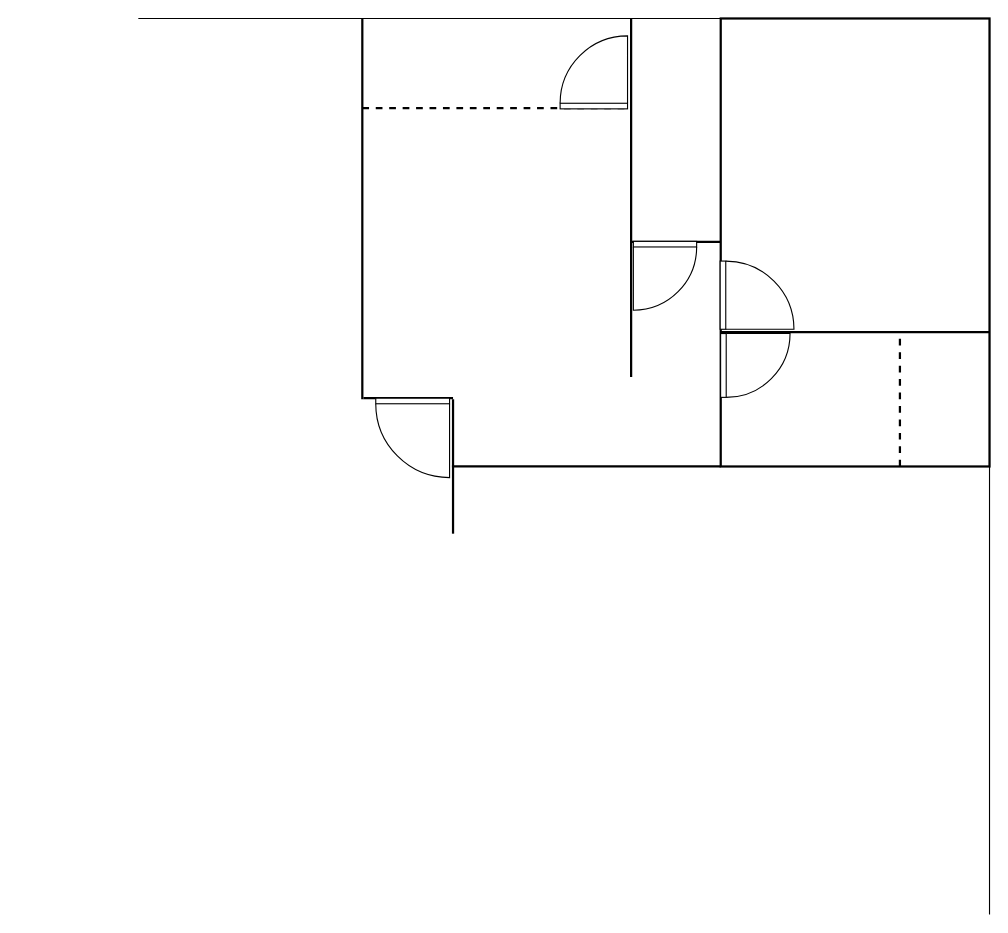
Earlier version of the draw.io diagram Upstation_STudio_approach.drawio (vadramson/Drawings). Source tidied: cells renumbered, new cells numbered last; positions are measured from the earlier drawing's top-left corner, leaving out a move shared by most shapes. Both pictures are drawn from the tidied source at 112%, with x=0, y=0 at pixel (138, 18).
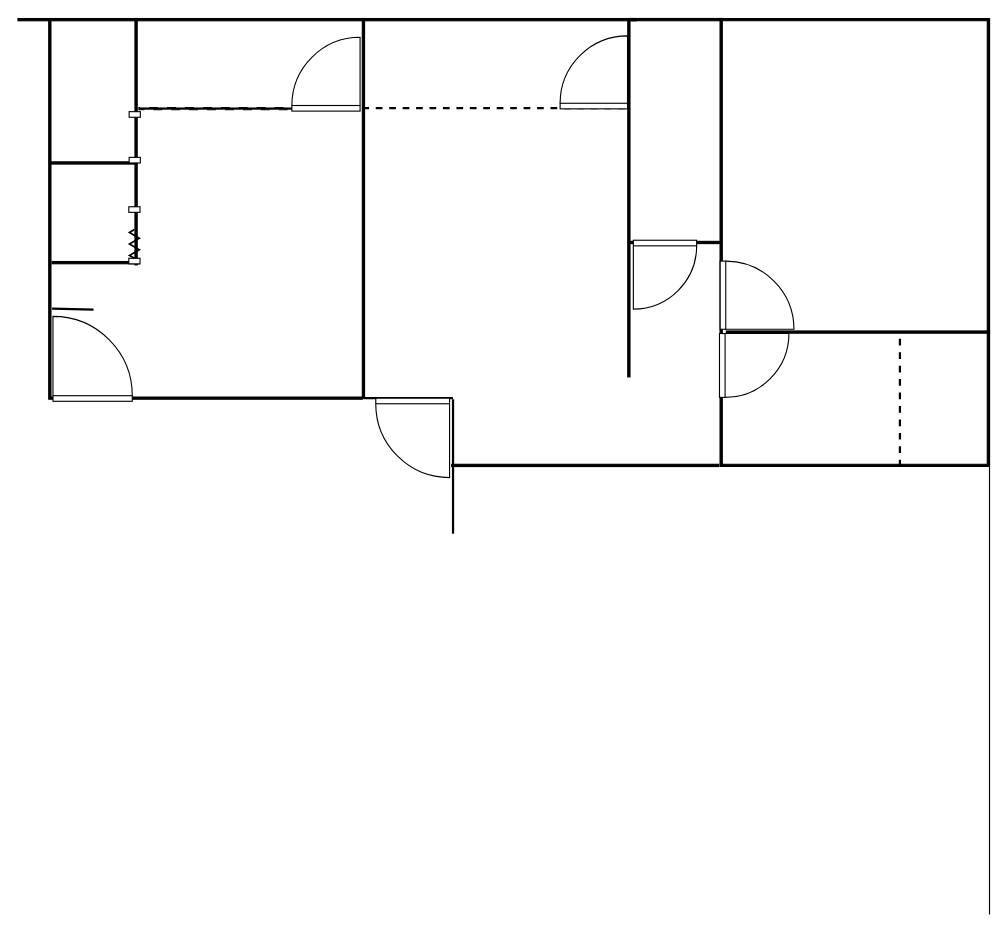
After the change.

The edit, as a diff of the source:
```diff
@@
-    <mxCell id="2" style="endArrow=none;html=1;rounded=0;" parent="1" edge="1">
-      <mxGeometry relative="1" as="geometry">
-        <mxPoint as="sourcePoint" />
-        <mxPoint x="760" as="targetPoint" />
-      </mxGeometry>
-    </mxCell>
+    <mxCell id="19" style="verticalLabelPosition=bottom;html=1;verticalAlign=top;align=center;shape=mxgraph.floorplan.wall;fillColor=strokeColor;direction=south;wallThickness=2;rotation=90;" parent="1" vertex="1">
+      <mxGeometry x="637.5" y="162.5" width="10" height="235" as="geometry" />
+    </mxCell>
@@
-    <mxCell id="4" style="rounded=0;whiteSpace=wrap;html=1;strokeWidth=2;" parent="1" vertex="1">
-      <mxGeometry x="520" width="240" height="400" as="geometry" />
-    </mxCell>
-    <mxCell id="5" style="endArrow=none;html=1;rounded=0;strokeWidth=2;" parent="1" edge="1">
-      <mxGeometry relative="1" as="geometry">
-        <mxPoint x="440" y="320" as="sourcePoint" />
-        <mxPoint x="440" as="targetPoint" />
-      </mxGeometry>
-    </mxCell>
-    <mxCell id="6" style="endArrow=none;html=1;rounded=0;strokeWidth=2;" parent="1" edge="1">
-      <mxGeometry relative="1" as="geometry">
-        <mxPoint x="200" y="340" as="sourcePoint" />
-        <mxPoint x="200" as="targetPoint" />
-      </mxGeometry>
-    </mxCell>
-    <mxCell id="7" style="endArrow=none;html=1;rounded=0;strokeWidth=2;" parent="1" edge="1">
-      <mxGeometry relative="1" as="geometry">
-        <mxPoint x="280" y="400" as="sourcePoint" />
-        <mxPoint x="520" y="400" as="targetPoint" />
-        <Array as="points">
-          <mxPoint x="430" y="400" />
-        </Array>
-      </mxGeometry>
-    </mxCell>
-    <mxCell id="8" style="endArrow=none;html=1;rounded=0;strokeWidth=2;" parent="1" edge="1">
-      <mxGeometry relative="1" as="geometry">
-        <mxPoint x="520" y="280" as="sourcePoint" />
-        <mxPoint x="760" y="280" as="targetPoint" />
-        <Array as="points">
-          <mxPoint x="670" y="280" />
-        </Array>
-      </mxGeometry>
-    </mxCell>
@@
-    <mxCell id="10" style="endArrow=none;html=1;rounded=0;strokeWidth=2;" parent="1" edge="1">
-      <mxGeometry relative="1" as="geometry">
-        <mxPoint x="440" y="199.5" as="sourcePoint" />
-        <mxPoint x="520" y="199.5" as="targetPoint" />
-      </mxGeometry>
-    </mxCell>
@@
+    <mxCell id="17" style="verticalLabelPosition=bottom;html=1;verticalAlign=top;align=center;shape=mxgraph.floorplan.doorLeft;rotation=-180;" parent="1" vertex="1">
+      <mxGeometry x="376.6" y="16.7" width="60.2" height="64" as="geometry" />
+    </mxCell>
+    <mxCell id="20" style="verticalLabelPosition=bottom;html=1;verticalAlign=top;align=center;shape=mxgraph.floorplan.room;fillColor=strokeColor;strokeWidth=1;wallThickness=2;" parent="1" vertex="1">
+      <mxGeometry x="519.4" width="240.6" height="400" as="geometry" />
+    </mxCell>
@@
+    <mxCell id="18" style="verticalLabelPosition=bottom;html=1;verticalAlign=top;align=center;shape=mxgraph.floorplan.doorRight;rotation=-90;" parent="1" vertex="1">
+      <mxGeometry x="520.7" y="279.5" width="57" height="60.6" as="geometry" />
+    </mxCell>
+    <mxCell id="21" style="endArrow=none;html=1;rounded=0;strokeWidth=2;" parent="1" edge="1" target="22">
+      <mxGeometry relative="1" as="geometry">
+        <mxPoint x="280" y="400" as="sourcePoint" />
+      </mxGeometry>
+    </mxCell>
+    <mxCell id="22" style="verticalLabelPosition=bottom;html=1;verticalAlign=top;align=center;shape=mxgraph.floorplan.wall;fillColor=strokeColor;direction=south;wallThickness=2;rotation=90;" parent="1" vertex="1">
+      <mxGeometry x="394" y="279.8" width="10" height="238.5" as="geometry" />
+    </mxCell>
+    <mxCell id="23" style="endArrow=none;html=1;rounded=0;strokeWidth=2;" parent="1" edge="1" target="24">
+      <mxGeometry relative="1" as="geometry">
+        <mxPoint x="440" y="320" as="sourcePoint" />
+      </mxGeometry>
+    </mxCell>
+    <mxCell id="24" style="verticalLabelPosition=bottom;html=1;verticalAlign=top;align=center;shape=mxgraph.floorplan.wall;fillColor=strokeColor;direction=south;wallThickness=2;" parent="1" vertex="1">
+      <mxGeometry x="433" width="10" height="320" as="geometry" />
+    </mxCell>
+    <mxCell id="25" style="verticalLabelPosition=bottom;html=1;verticalAlign=top;align=center;shape=mxgraph.floorplan.wall;fillColor=strokeColor;direction=south;wallThickness=2;" parent="1" vertex="1">
+      <mxGeometry x="196" width="10" height="339" as="geometry" />
+    </mxCell>
+    <mxCell id="26" style="verticalLabelPosition=bottom;html=1;verticalAlign=top;align=center;shape=mxgraph.floorplan.wall;fillColor=strokeColor;wallThickness=2;" parent="1" vertex="1">
+      <mxGeometry x="440" y="-4" width="81.4" height="10" as="geometry" />
+    </mxCell>
+    <mxCell id="27" style="verticalLabelPosition=bottom;html=1;verticalAlign=top;align=center;shape=mxgraph.floorplan.wall;fillColor=strokeColor;wallThickness=2;" parent="1" vertex="1">
+      <mxGeometry x="439.3" y="195" width="81.4" height="10" as="geometry" />
+    </mxCell>
     <mxCell id="16" style="verticalLabelPosition=bottom;html=1;verticalAlign=top;align=center;shape=mxgraph.floorplan.doorLeft;rotation=0;" parent="1" vertex="1">
-      <mxGeometry x="442" y="199" width="56.5" height="60" as="geometry" />
+      <mxGeometry x="442" y="198" width="56.5" height="60" as="geometry" />
     </mxCell>
-    <mxCell id="17" style="verticalLabelPosition=bottom;html=1;verticalAlign=top;align=center;shape=mxgraph.floorplan.doorLeft;rotation=-180;" parent="1" vertex="1">
-      <mxGeometry x="376.6" y="16.7" width="60.2" height="64" as="geometry" />
-    </mxCell>
-    <mxCell id="18" style="verticalLabelPosition=bottom;html=1;verticalAlign=top;align=center;shape=mxgraph.floorplan.doorRight;rotation=-90;" parent="1" vertex="1">
-      <mxGeometry x="521.7" y="279.5" width="57" height="60.6" as="geometry" />
-    </mxCell>
+    <mxCell id="28" style="verticalLabelPosition=bottom;html=1;verticalAlign=top;align=center;shape=mxgraph.floorplan.wallCorner;fillColor=strokeColor;direction=north;wallThickness=2;" parent="1" vertex="1">
+      <mxGeometry x="-80" width="280" height="340" as="geometry" />
+    </mxCell>
+    <mxCell id="29" style="verticalLabelPosition=bottom;html=1;verticalAlign=top;align=center;shape=mxgraph.floorplan.doorRight;rotation=-180;" parent="1" vertex="1">
+      <mxGeometry x="-76.2" y="266.6" width="70.8" height="75.2" as="geometry" />
+    </mxCell>
+    <mxCell id="30" style="verticalLabelPosition=bottom;html=1;verticalAlign=top;align=center;shape=mxgraph.floorplan.wall;fillColor=strokeColor;direction=south;wallThickness=2;rotation=90;dashed=1;dashPattern=8 8;" parent="1" vertex="1">
+      <mxGeometry x="94" y="-18" width="10" height="196.9" as="geometry" />
+    </mxCell>
+    <mxCell id="31" style="verticalLabelPosition=bottom;html=1;verticalAlign=top;align=center;shape=mxgraph.floorplan.wall;fillColor=strokeColor;direction=south;wallThickness=2;rotation=90;" parent="1" vertex="1">
+      <mxGeometry x="163.6" y="-275" width="10" height="552.1" as="geometry" />
+    </mxCell>
+    <mxCell id="32" style="verticalLabelPosition=bottom;html=1;verticalAlign=top;align=center;shape=mxgraph.floorplan.wall;fillColor=strokeColor;direction=south;wallThickness=2;" parent="1" vertex="1">
+      <mxGeometry x="-7" width="10" height="220" as="geometry" />
+    </mxCell>
+    <mxCell id="33" style="verticalLabelPosition=bottom;html=1;verticalAlign=top;align=center;shape=mxgraph.floorplan.wall;fillColor=strokeColor;wallThickness=2;" parent="1" vertex="1">
+      <mxGeometry x="-79" y="124" width="78" height="10" as="geometry" />
+    </mxCell>
+    <mxCell id="34" style="verticalLabelPosition=bottom;html=1;verticalAlign=top;align=center;shape=mxgraph.floorplan.wall;fillColor=strokeColor;wallThickness=2;" parent="1" vertex="1">
+      <mxGeometry x="-77" y="213" width="78" height="10" as="geometry" />
+    </mxCell>
+    <mxCell id="35" style="verticalLabelPosition=bottom;html=1;verticalAlign=top;align=center;shape=mxgraph.floorplan.doorLeft;rotation=-180;" parent="1" vertex="1">
+      <mxGeometry x="137.1" y="18" width="60.9" height="64.7" as="geometry" />
+    </mxCell>
+    <mxCell id="36" style="verticalLabelPosition=bottom;html=1;verticalAlign=top;align=center;shape=mxgraph.floorplan.opening;rotation=90;" parent="1" vertex="1">
+      <mxGeometry x="-26.1" y="101.1" width="45.8" height="10" as="geometry" />
+    </mxCell>
+    <mxCell id="37" style="verticalLabelPosition=bottom;html=1;verticalAlign=top;align=center;shape=mxgraph.floorplan.doorAccordion;dx=0.6;rotation=-90;" parent="1" vertex="1">
+      <mxGeometry x="-29" y="189.2" width="51" height="8.8" as="geometry" />
+    </mxCell>
+    <mxCell id="38" style="endArrow=none;html=1;rounded=0;strokeWidth=2;" parent="1" edge="1">
+      <mxGeometry relative="1" as="geometry">
+        <mxPoint x="-77" y="259" as="sourcePoint" />
+        <mxPoint x="-40" y="260" as="targetPoint" />
+      </mxGeometry>
+    </mxCell>
```
